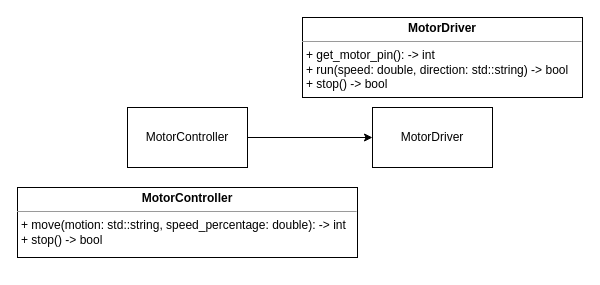
leonardoedgar/sauvc-thruster-lib keeps this draw.io diagram as diagram/design-notes.drawio. Above is the earlier version. Source tidied: cells renumbered, new cells numbered last; positions are measured from the earlier drawing's top-left corner, leaving out a move shared by most shapes. Both pictures are drawn from the tidied source at 100%, with x=0, y=0 at pixel (17, 17).
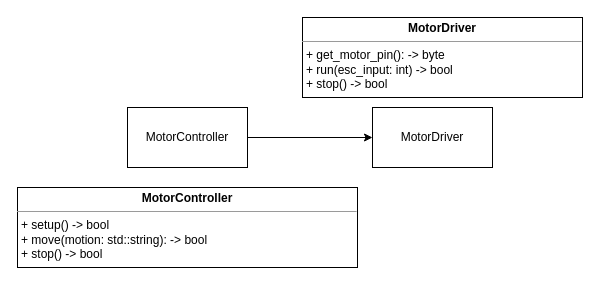
After the change.

Commit message (it also covers changes not shown here):
updated class diagram

Change to the diagram source:
```diff
@@
 <mxGraphModel>
   <root>
     <mxCell id="0" />
     <mxCell id="1" parent="0" />
-    <mxCell id="2" value="&lt;p style=&quot;margin: 0px ; margin-top: 4px ; text-align: center&quot;&gt;&lt;b&gt;MotorDriver&lt;/b&gt;&lt;/p&gt;&lt;hr size=&quot;1&quot;&gt;&lt;p style=&quot;margin: 0px ; margin-left: 4px&quot;&gt;+ get_motor_pin(): -&amp;gt; int&lt;/p&gt;&lt;p style=&quot;margin: 0px ; margin-left: 4px&quot;&gt;+ run(speed: double, direction: std::string) -&amp;gt; bool&lt;/p&gt;&lt;p style=&quot;margin: 0px ; margin-left: 4px&quot;&gt;+ stop() -&amp;gt; bool&lt;/p&gt;" style="verticalAlign=top;align=left;overflow=fill;fontSize=12;fontFamily=Helvetica;html=1;" parent="1" vertex="1">
+    <mxCell id="2" value="&lt;p style=&quot;margin: 0px ; margin-top: 4px ; text-align: center&quot;&gt;&lt;b&gt;MotorDriver&lt;/b&gt;&lt;/p&gt;&lt;hr size=&quot;1&quot;&gt;&lt;p style=&quot;margin: 0px ; margin-left: 4px&quot;&gt;+ get_motor_pin(): -&amp;gt; byte&lt;/p&gt;&lt;p style=&quot;margin: 0px ; margin-left: 4px&quot;&gt;+ run(esc_input: int) -&amp;gt; bool&lt;/p&gt;&lt;p style=&quot;margin: 0px ; margin-left: 4px&quot;&gt;+ stop() -&amp;gt; bool&lt;/p&gt;" style="verticalAlign=top;align=left;overflow=fill;fontSize=12;fontFamily=Helvetica;html=1;" parent="1" vertex="1">
       <mxGeometry x="285" width="280" height="80" as="geometry" />
     </mxCell>
-    <mxCell id="3" value="&lt;p style=&quot;margin: 0px ; margin-top: 4px ; text-align: center&quot;&gt;&lt;b&gt;MotorController&lt;/b&gt;&lt;/p&gt;&lt;hr size=&quot;1&quot;&gt;&lt;p style=&quot;margin: 0px ; margin-left: 4px&quot;&gt;+ move(motion: std::string, speed_percentage: double): -&amp;gt; int&lt;/p&gt;&lt;p style=&quot;margin: 0px ; margin-left: 4px&quot;&gt;+ stop() -&amp;gt; bool&lt;/p&gt;" style="verticalAlign=top;align=left;overflow=fill;fontSize=12;fontFamily=Helvetica;html=1;" parent="1" vertex="1">
-      <mxGeometry y="170" width="340" height="70" as="geometry" />
+    <mxCell id="3" value="&lt;p style=&quot;margin: 0px ; margin-top: 4px ; text-align: center&quot;&gt;&lt;b&gt;MotorController&lt;/b&gt;&lt;/p&gt;&lt;hr size=&quot;1&quot;&gt;&lt;p style=&quot;margin: 0px ; margin-left: 4px&quot;&gt;+ setup() -&amp;gt; bool&lt;/p&gt;&lt;p style=&quot;margin: 0px ; margin-left: 4px&quot;&gt;+ move(motion: std::string): -&amp;gt; bool&lt;/p&gt;&lt;p style=&quot;margin: 0px ; margin-left: 4px&quot;&gt;+ stop() -&amp;gt; bool&lt;/p&gt;" style="verticalAlign=top;align=left;overflow=fill;fontSize=12;fontFamily=Helvetica;html=1;" parent="1" vertex="1">
+      <mxGeometry y="170" width="340" height="80" as="geometry" />
     </mxCell>
     <mxCell id="4" value="MotorController" style="rounded=0;whiteSpace=wrap;html=1;" parent="1" vertex="1">
       <mxGeometry x="110" y="90" width="120" height="60" as="geometry" />
     </mxCell>
     <mxCell id="5" value="MotorDriver" style="rounded=0;whiteSpace=wrap;html=1;" parent="1" vertex="1">
       <mxGeometry x="355" y="90" width="120" height="60" as="geometry" />
     </mxCell>
     <mxCell id="6" style="endArrow=classic;html=1;entryX=0;entryY=0.5;entryDx=0;entryDy=0;exitX=1;exitY=0.5;exitDx=0;exitDy=0;" parent="1" edge="1" source="4" target="5">
       <mxGeometry relative="1" as="geometry" />
     </mxCell>
   </root>
 </mxGraphModel>
```
